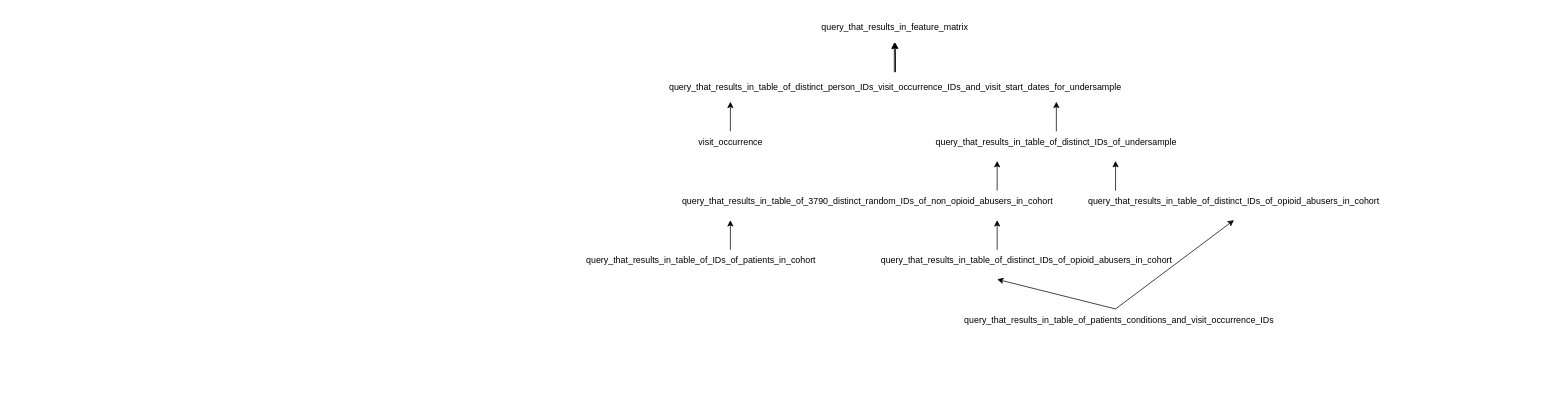
tslever/Opioid_Abuse_Predictor keeps this draw.io diagram as opioidabusepredictor/Map_Of_Queries.drawio. Above is the earlier version. Source tidied: cells renumbered, new cells numbered last; positions are measured from the earlier drawing's top-left corner, leaving out a move shared by most shapes. Both pictures are drawn from the tidied source at 74%, with x=0, y=0 at pixel (582, 13).
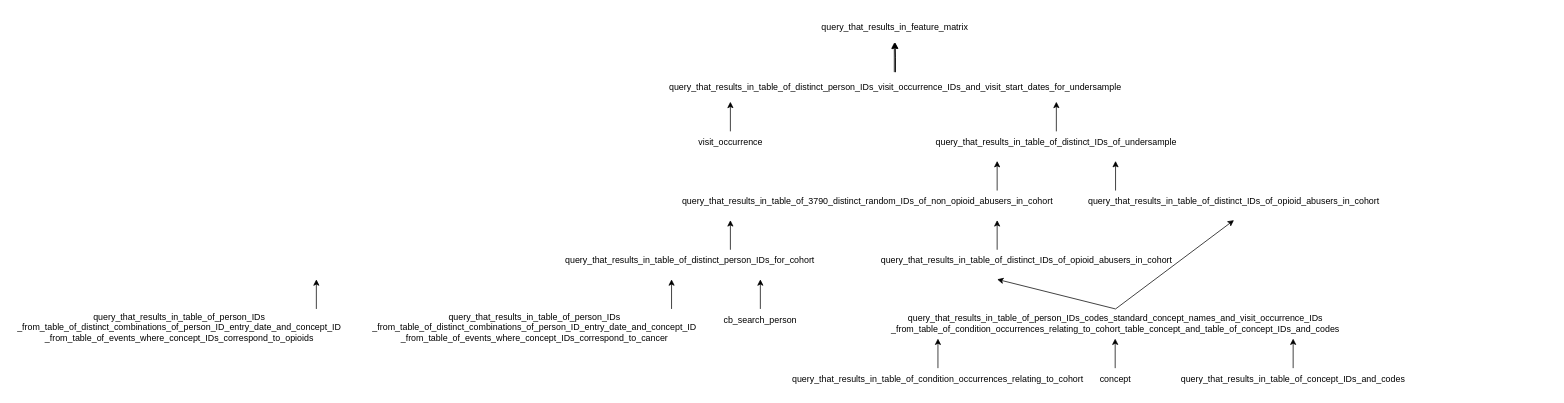
The same page after the edit.

What changed in the source:
```diff
@@
-    <mxCell id="17" value="query_that_results_in_table_of_IDs_of_patients_in_cohort" style="text;html=1;strokeColor=none;fillColor=none;align=center;verticalAlign=middle;whiteSpace=wrap;rounded=0;" parent="1" vertex="1">
-      <mxGeometry y="320" width="320" height="30" as="geometry" />
+    <mxCell id="17" value="query_that_results_in_table_of_distinct_person_IDs_for_cohort" style="text;html=1;strokeColor=none;fillColor=none;align=center;verticalAlign=middle;whiteSpace=wrap;rounded=0;" parent="1" vertex="1">
+      <mxGeometry x="-30" y="320" width="350" height="30" as="geometry" />
     </mxCell>
@@
-    <mxCell id="21" value="query_that_results_in_table_of_patients_conditions_and_visit_occurrence_IDs" style="text;html=1;strokeColor=none;fillColor=none;align=center;verticalAlign=middle;whiteSpace=wrap;rounded=0;" parent="1" vertex="1">
-      <mxGeometry x="510" y="400" width="430" height="30" as="geometry" />
+    <mxCell id="21" value="query_that_results_in_table_of_person_IDs_codes_standard_concept_names_and_visit_occurrence_IDs&lt;br&gt;_from_table_of_condition_occurrences_relating_to_cohort_table_concept_and_table_of_concept_IDs_and_codes" style="text;html=1;strokeColor=none;fillColor=none;align=center;verticalAlign=middle;whiteSpace=wrap;rounded=0;" parent="1" vertex="1">
+      <mxGeometry x="130" y="400" width="1180" height="40" as="geometry" />
     </mxCell>
+    <mxCell id="22" style="endArrow=classic;html=1;rounded=0;" parent="1" edge="1">
+      <mxGeometry relative="1" as="geometry">
+        <mxPoint x="480" y="480" as="sourcePoint" />
+        <mxPoint x="480" y="440" as="targetPoint" />
+      </mxGeometry>
+    </mxCell>
+    <mxCell id="23" value="query_that_results_in_table_of_condition_occurrences_relating_to_cohort" style="text;html=1;strokeColor=none;fillColor=none;align=center;verticalAlign=middle;whiteSpace=wrap;rounded=0;" parent="1" vertex="1">
+      <mxGeometry x="280" y="480" width="400" height="30" as="geometry" />
+    </mxCell>
+    <mxCell id="24" style="endArrow=classic;html=1;rounded=0;" parent="1" edge="1">
+      <mxGeometry relative="1" as="geometry">
+        <mxPoint x="960" y="480" as="sourcePoint" />
+        <mxPoint x="960" y="440" as="targetPoint" />
+      </mxGeometry>
+    </mxCell>
+    <mxCell id="25" style="endArrow=classic;html=1;rounded=0;" parent="1" edge="1">
+      <mxGeometry relative="1" as="geometry">
+        <mxPoint x="719.5" y="480" as="sourcePoint" />
+        <mxPoint x="719.5" y="440" as="targetPoint" />
+      </mxGeometry>
+    </mxCell>
+    <mxCell id="26" value="concept" style="text;html=1;strokeColor=none;fillColor=none;align=center;verticalAlign=middle;whiteSpace=wrap;rounded=0;" parent="1" vertex="1">
+      <mxGeometry x="690" y="480" width="60" height="30" as="geometry" />
+    </mxCell>
+    <mxCell id="27" value="query_that_results_in_table_of_concept_IDs_and_codes" style="text;html=1;strokeColor=none;fillColor=none;align=center;verticalAlign=middle;whiteSpace=wrap;rounded=0;" parent="1" vertex="1">
+      <mxGeometry x="800" y="480" width="320" height="30" as="geometry" />
+    </mxCell>
+    <mxCell id="28" style="endArrow=classic;html=1;rounded=0;" parent="1" edge="1">
+      <mxGeometry relative="1" as="geometry">
+        <mxPoint x="240" y="400" as="sourcePoint" />
+        <mxPoint x="240" y="360" as="targetPoint" />
+      </mxGeometry>
+    </mxCell>
+    <mxCell id="29" value="cb_search_person" style="text;html=1;strokeColor=none;fillColor=none;align=center;verticalAlign=middle;whiteSpace=wrap;rounded=0;" parent="1" vertex="1">
+      <mxGeometry x="210" y="400" width="60" height="30" as="geometry" />
+    </mxCell>
+    <mxCell id="30" style="endArrow=classic;html=1;rounded=0;" parent="1" edge="1">
+      <mxGeometry relative="1" as="geometry">
+        <mxPoint x="120" y="400" as="sourcePoint" />
+        <mxPoint x="120" y="360" as="targetPoint" />
+      </mxGeometry>
+    </mxCell>
+    <mxCell id="31" value="query_that_results_in_table_of_person_IDs&lt;br&gt;_from_table_of_distinct_combinations_of_person_ID_entry_date_and_concept_ID&lt;br&gt;_from_table_of_events_where_concept_IDs_correspond_to_cancer" style="text;html=1;strokeColor=none;fillColor=none;align=center;verticalAlign=middle;whiteSpace=wrap;rounded=0;" parent="1" vertex="1">
+      <mxGeometry x="-290" y="400" width="450" height="50" as="geometry" />
+    </mxCell>
+    <mxCell id="32" style="endArrow=classic;html=1;rounded=0;" parent="1" edge="1">
+      <mxGeometry relative="1" as="geometry">
+        <mxPoint x="-360" y="400" as="sourcePoint" />
+        <mxPoint x="-360" y="360" as="targetPoint" />
+      </mxGeometry>
+    </mxCell>
+    <mxCell id="33" value="query_that_results_in_table_of_person_IDs&lt;br&gt;_from_table_of_distinct_combinations_of_person_ID_entry_date_and_concept_ID&lt;br&gt;_from_table_of_events_where_concept_IDs_correspond_to_opioids" style="text;html=1;strokeColor=none;fillColor=none;align=center;verticalAlign=middle;whiteSpace=wrap;rounded=0;" parent="1" vertex="1">
+      <mxGeometry x="-770" y="400" width="450" height="50" as="geometry" />
+    </mxCell>
```
